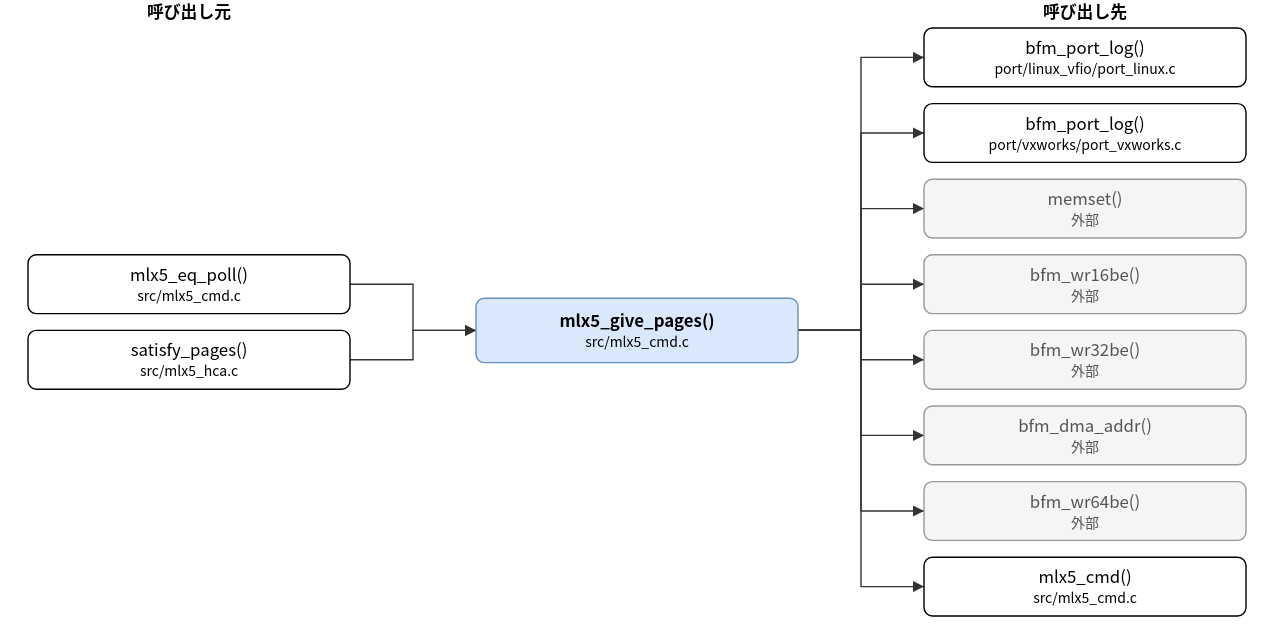
Earlier version of the draw.io export doc/spec/images/call_src_mlx5_cmd-mlx5_give_pages.drawio.svg (hf355051012-ai/bfmem). Source tidied: cells renumbered, new cells last; positions are measured from the earlier drawing's top-left corner, leaving out a move shared by most shapes. Source of this version:
```xml
<mxGraphModel>
  <root>
    <mxCell id="0" />
    <mxCell id="1" parent="0" />
    <mxCell id="2" value="mlx5_give_pages()&lt;br&gt;&lt;font style=&quot;font-size:10px&quot;&gt;src/mlx5_cmd.c&lt;/font&gt;" style="rounded=1;whiteSpace=wrap;html=1;fillColor=#dae8fc;strokeColor=#6c8ebf;fontStyle=1;" parent="1" vertex="1">
      <mxGeometry x="320" y="213" width="230" height="46" as="geometry" />
    </mxCell>
    <mxCell id="3" value="mlx5_eq_poll()&lt;br&gt;&lt;font style=&quot;font-size:10px&quot;&gt;src/mlx5_cmd.c&lt;/font&gt;" style="rounded=1;whiteSpace=wrap;html=1;" parent="1" vertex="1">
      <mxGeometry y="182" width="230" height="42" as="geometry" />
    </mxCell>
    <mxCell id="4" value="satisfy_pages()&lt;br&gt;&lt;font style=&quot;font-size:10px&quot;&gt;src/mlx5_hca.c&lt;/font&gt;" style="rounded=1;whiteSpace=wrap;html=1;" parent="1" vertex="1">
      <mxGeometry y="236" width="230" height="42" as="geometry" />
    </mxCell>
    <mxCell id="5" value="bfm_port_log()&lt;br&gt;&lt;font style=&quot;font-size:10px&quot;&gt;port/linux_vfio/port_linux.c&lt;/font&gt;" style="rounded=1;whiteSpace=wrap;html=1;" parent="1" vertex="1">
      <mxGeometry x="640" y="20" width="230" height="42" as="geometry" />
    </mxCell>
    <mxCell id="6" value="bfm_port_log()&lt;br&gt;&lt;font style=&quot;font-size:10px&quot;&gt;port/vxworks/port_vxworks.c&lt;/font&gt;" style="rounded=1;whiteSpace=wrap;html=1;" parent="1" vertex="1">
      <mxGeometry x="640" y="74" width="230" height="42" as="geometry" />
    </mxCell>
    <mxCell id="7" value="memset()&lt;br&gt;&lt;font style=&quot;font-size:10px&quot;&gt;外部&lt;/font&gt;" style="rounded=1;whiteSpace=wrap;html=1;fillColor=#f5f5f5;strokeColor=#999999;fontColor=#555555;" parent="1" vertex="1">
      <mxGeometry x="640" y="128" width="230" height="42" as="geometry" />
    </mxCell>
    <mxCell id="8" value="bfm_wr16be()&lt;br&gt;&lt;font style=&quot;font-size:10px&quot;&gt;外部&lt;/font&gt;" style="rounded=1;whiteSpace=wrap;html=1;fillColor=#f5f5f5;strokeColor=#999999;fontColor=#555555;" parent="1" vertex="1">
      <mxGeometry x="640" y="182" width="230" height="42" as="geometry" />
    </mxCell>
    <mxCell id="9" value="bfm_wr32be()&lt;br&gt;&lt;font style=&quot;font-size:10px&quot;&gt;外部&lt;/font&gt;" style="rounded=1;whiteSpace=wrap;html=1;fillColor=#f5f5f5;strokeColor=#999999;fontColor=#555555;" parent="1" vertex="1">
      <mxGeometry x="640" y="236" width="230" height="42" as="geometry" />
    </mxCell>
    <mxCell id="10" value="bfm_dma_addr()&lt;br&gt;&lt;font style=&quot;font-size:10px&quot;&gt;外部&lt;/font&gt;" style="rounded=1;whiteSpace=wrap;html=1;fillColor=#f5f5f5;strokeColor=#999999;fontColor=#555555;" parent="1" vertex="1">
      <mxGeometry x="640" y="290" width="230" height="42" as="geometry" />
    </mxCell>
    <mxCell id="11" value="bfm_wr64be()&lt;br&gt;&lt;font style=&quot;font-size:10px&quot;&gt;外部&lt;/font&gt;" style="rounded=1;whiteSpace=wrap;html=1;fillColor=#f5f5f5;strokeColor=#999999;fontColor=#555555;" parent="1" vertex="1">
      <mxGeometry x="640" y="344" width="230" height="42" as="geometry" />
    </mxCell>
    <mxCell id="12" value="mlx5_cmd()&lt;br&gt;&lt;font style=&quot;font-size:10px&quot;&gt;src/mlx5_cmd.c&lt;/font&gt;" style="rounded=1;whiteSpace=wrap;html=1;" parent="1" vertex="1">
      <mxGeometry x="640" y="398" width="230" height="42" as="geometry" />
    </mxCell>
    <mxCell id="13" style="edgeStyle=none;html=1;rounded=0;endArrow=block;endFill=1;exitX=1.0000;exitY=0.5000;exitDx=0;exitDy=0;exitPerimeter=0;entryX=0.0000;entryY=0.5000;entryDx=0;entryDy=0;entryPerimeter=0;" parent="1" edge="1" source="3" target="2">
      <mxGeometry relative="1" as="geometry">
        <Array as="points">
          <mxPoint x="275" y="203" />
          <mxPoint x="275" y="236" />
        </Array>
      </mxGeometry>
    </mxCell>
    <mxCell id="14" style="edgeStyle=none;html=1;rounded=0;endArrow=block;endFill=1;exitX=1.0000;exitY=0.5000;exitDx=0;exitDy=0;exitPerimeter=0;entryX=0.0000;entryY=0.5000;entryDx=0;entryDy=0;entryPerimeter=0;" parent="1" edge="1" source="4" target="2">
      <mxGeometry relative="1" as="geometry">
        <Array as="points">
          <mxPoint x="275" y="257" />
          <mxPoint x="275" y="236" />
        </Array>
      </mxGeometry>
    </mxCell>
    <mxCell id="15" style="edgeStyle=none;html=1;rounded=0;endArrow=block;endFill=1;exitX=1.0000;exitY=0.5000;exitDx=0;exitDy=0;exitPerimeter=0;entryX=0.0000;entryY=0.5000;entryDx=0;entryDy=0;entryPerimeter=0;" parent="1" edge="1" source="2" target="5">
      <mxGeometry relative="1" as="geometry">
        <Array as="points">
          <mxPoint x="595" y="236" />
          <mxPoint x="595" y="41" />
        </Array>
      </mxGeometry>
    </mxCell>
    <mxCell id="16" style="edgeStyle=none;html=1;rounded=0;endArrow=block;endFill=1;exitX=1.0000;exitY=0.5000;exitDx=0;exitDy=0;exitPerimeter=0;entryX=0.0000;entryY=0.5000;entryDx=0;entryDy=0;entryPerimeter=0;" parent="1" edge="1" source="2" target="6">
      <mxGeometry relative="1" as="geometry">
        <Array as="points">
          <mxPoint x="595" y="236" />
          <mxPoint x="595" y="95" />
        </Array>
      </mxGeometry>
    </mxCell>
    <mxCell id="17" style="edgeStyle=none;html=1;rounded=0;endArrow=block;endFill=1;exitX=1.0000;exitY=0.5000;exitDx=0;exitDy=0;exitPerimeter=0;entryX=0.0000;entryY=0.5000;entryDx=0;entryDy=0;entryPerimeter=0;" parent="1" edge="1" source="2" target="7">
      <mxGeometry relative="1" as="geometry">
        <Array as="points">
          <mxPoint x="595" y="236" />
          <mxPoint x="595" y="149" />
        </Array>
      </mxGeometry>
    </mxCell>
    <mxCell id="18" style="edgeStyle=none;html=1;rounded=0;endArrow=block;endFill=1;exitX=1.0000;exitY=0.5000;exitDx=0;exitDy=0;exitPerimeter=0;entryX=0.0000;entryY=0.5000;entryDx=0;entryDy=0;entryPerimeter=0;" parent="1" edge="1" source="2" target="8">
      <mxGeometry relative="1" as="geometry">
        <Array as="points">
          <mxPoint x="595" y="236" />
          <mxPoint x="595" y="203" />
        </Array>
      </mxGeometry>
    </mxCell>
    <mxCell id="19" style="edgeStyle=none;html=1;rounded=0;endArrow=block;endFill=1;exitX=1.0000;exitY=0.5000;exitDx=0;exitDy=0;exitPerimeter=0;entryX=0.0000;entryY=0.5000;entryDx=0;entryDy=0;entryPerimeter=0;" parent="1" edge="1" source="2" target="9">
      <mxGeometry relative="1" as="geometry">
        <Array as="points">
          <mxPoint x="595" y="236" />
          <mxPoint x="595" y="257" />
        </Array>
      </mxGeometry>
    </mxCell>
    <mxCell id="20" style="edgeStyle=none;html=1;rounded=0;endArrow=block;endFill=1;exitX=1.0000;exitY=0.5000;exitDx=0;exitDy=0;exitPerimeter=0;entryX=0.0000;entryY=0.5000;entryDx=0;entryDy=0;entryPerimeter=0;" parent="1" edge="1" source="2" target="10">
      <mxGeometry relative="1" as="geometry">
        <Array as="points">
          <mxPoint x="595" y="236" />
          <mxPoint x="595" y="311" />
        </Array>
      </mxGeometry>
    </mxCell>
    <mxCell id="21" style="edgeStyle=none;html=1;rounded=0;endArrow=block;endFill=1;exitX=1.0000;exitY=0.5000;exitDx=0;exitDy=0;exitPerimeter=0;entryX=0.0000;entryY=0.5000;entryDx=0;entryDy=0;entryPerimeter=0;" parent="1" edge="1" source="2" target="11">
      <mxGeometry relative="1" as="geometry">
        <Array as="points">
          <mxPoint x="595" y="236" />
          <mxPoint x="595" y="365" />
        </Array>
      </mxGeometry>
    </mxCell>
    <mxCell id="22" style="edgeStyle=none;html=1;rounded=0;endArrow=block;endFill=1;exitX=1.0000;exitY=0.5000;exitDx=0;exitDy=0;exitPerimeter=0;entryX=0.0000;entryY=0.5000;entryDx=0;entryDy=0;entryPerimeter=0;" parent="1" edge="1" source="2" target="12">
      <mxGeometry relative="1" as="geometry">
        <Array as="points">
          <mxPoint x="595" y="236" />
          <mxPoint x="595" y="419" />
        </Array>
      </mxGeometry>
    </mxCell>
    <mxCell id="23" value="呼び出し元" style="text;html=1;align=center;fontStyle=1;" parent="1" vertex="1">
      <mxGeometry x="35" width="160" height="18" as="geometry" />
    </mxCell>
    <mxCell id="24" value="呼び出し先" style="text;html=1;align=center;fontStyle=1;" parent="1" vertex="1">
      <mxGeometry x="675" width="160" height="18" as="geometry" />
    </mxCell>
  </root>
</mxGraphModel>
```
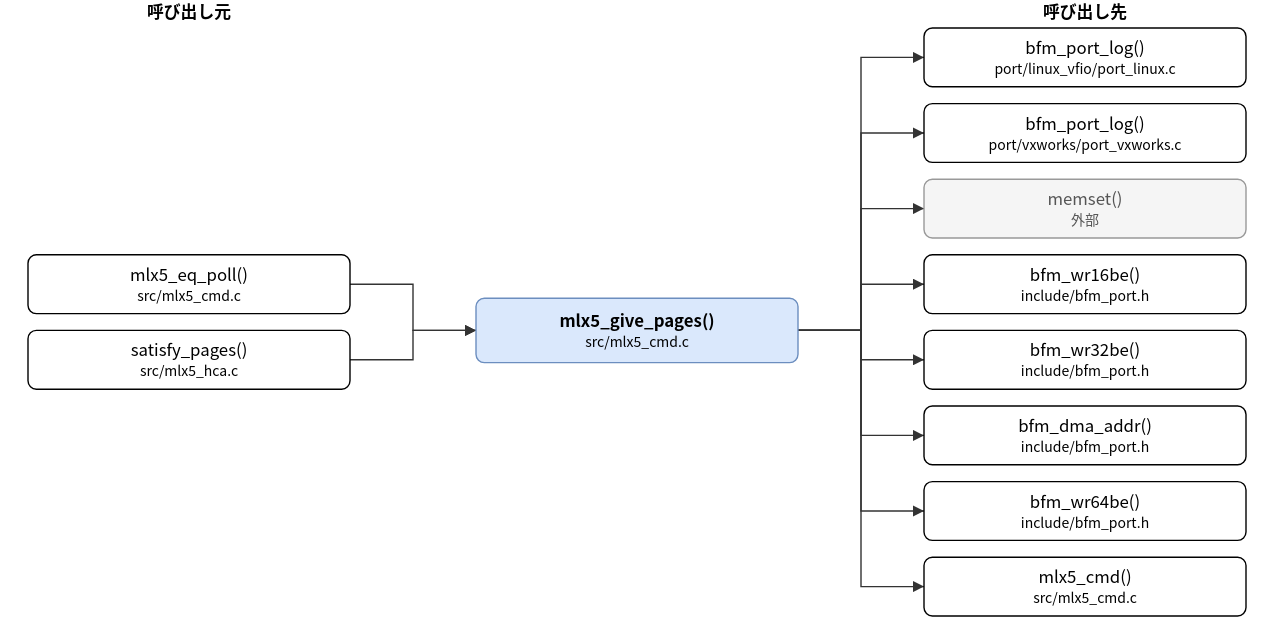
The same diagram one commit later.

The edit, as a diff of the source:
```diff
@@ -20,16 +20,16 @@
     <mxCell id="7" value="memset()&lt;br&gt;&lt;font style=&quot;font-size:10px&quot;&gt;外部&lt;/font&gt;" style="rounded=1;whiteSpace=wrap;html=1;fillColor=#f5f5f5;strokeColor=#999999;fontColor=#555555;" parent="1" vertex="1">
       <mxGeometry x="640" y="128" width="230" height="42" as="geometry" />
     </mxCell>
-    <mxCell id="8" value="bfm_wr16be()&lt;br&gt;&lt;font style=&quot;font-size:10px&quot;&gt;外部&lt;/font&gt;" style="rounded=1;whiteSpace=wrap;html=1;fillColor=#f5f5f5;strokeColor=#999999;fontColor=#555555;" parent="1" vertex="1">
+    <mxCell id="8" value="bfm_wr16be()&lt;br&gt;&lt;font style=&quot;font-size:10px&quot;&gt;include/bfm_port.h&lt;/font&gt;" style="rounded=1;whiteSpace=wrap;html=1;" parent="1" vertex="1">
       <mxGeometry x="640" y="182" width="230" height="42" as="geometry" />
     </mxCell>
-    <mxCell id="9" value="bfm_wr32be()&lt;br&gt;&lt;font style=&quot;font-size:10px&quot;&gt;外部&lt;/font&gt;" style="rounded=1;whiteSpace=wrap;html=1;fillColor=#f5f5f5;strokeColor=#999999;fontColor=#555555;" parent="1" vertex="1">
+    <mxCell id="9" value="bfm_wr32be()&lt;br&gt;&lt;font style=&quot;font-size:10px&quot;&gt;include/bfm_port.h&lt;/font&gt;" style="rounded=1;whiteSpace=wrap;html=1;" parent="1" vertex="1">
       <mxGeometry x="640" y="236" width="230" height="42" as="geometry" />
     </mxCell>
-    <mxCell id="10" value="bfm_dma_addr()&lt;br&gt;&lt;font style=&quot;font-size:10px&quot;&gt;外部&lt;/font&gt;" style="rounded=1;whiteSpace=wrap;html=1;fillColor=#f5f5f5;strokeColor=#999999;fontColor=#555555;" parent="1" vertex="1">
+    <mxCell id="10" value="bfm_dma_addr()&lt;br&gt;&lt;font style=&quot;font-size:10px&quot;&gt;include/bfm_port.h&lt;/font&gt;" style="rounded=1;whiteSpace=wrap;html=1;" parent="1" vertex="1">
       <mxGeometry x="640" y="290" width="230" height="42" as="geometry" />
     </mxCell>
-    <mxCell id="11" value="bfm_wr64be()&lt;br&gt;&lt;font style=&quot;font-size:10px&quot;&gt;外部&lt;/font&gt;" style="rounded=1;whiteSpace=wrap;html=1;fillColor=#f5f5f5;strokeColor=#999999;fontColor=#555555;" parent="1" vertex="1">
+    <mxCell id="11" value="bfm_wr64be()&lt;br&gt;&lt;font style=&quot;font-size:10px&quot;&gt;include/bfm_port.h&lt;/font&gt;" style="rounded=1;whiteSpace=wrap;html=1;" parent="1" vertex="1">
       <mxGeometry x="640" y="344" width="230" height="42" as="geometry" />
     </mxCell>
     <mxCell id="12" value="mlx5_cmd()&lt;br&gt;&lt;font style=&quot;font-size:10px&quot;&gt;src/mlx5_cmd.c&lt;/font&gt;" style="rounded=1;whiteSpace=wrap;html=1;" parent="1" vertex="1">
```
